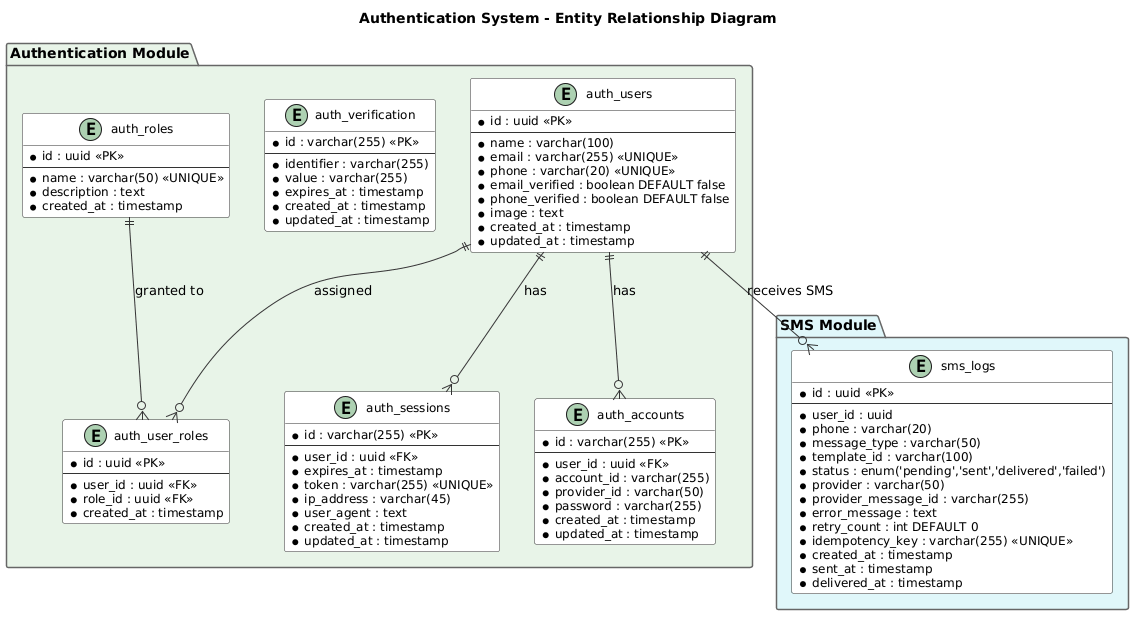
Earlier version of the PlantUML export modules/dist/auth/images/erd/erd-diagram.png (namnh240795/document).
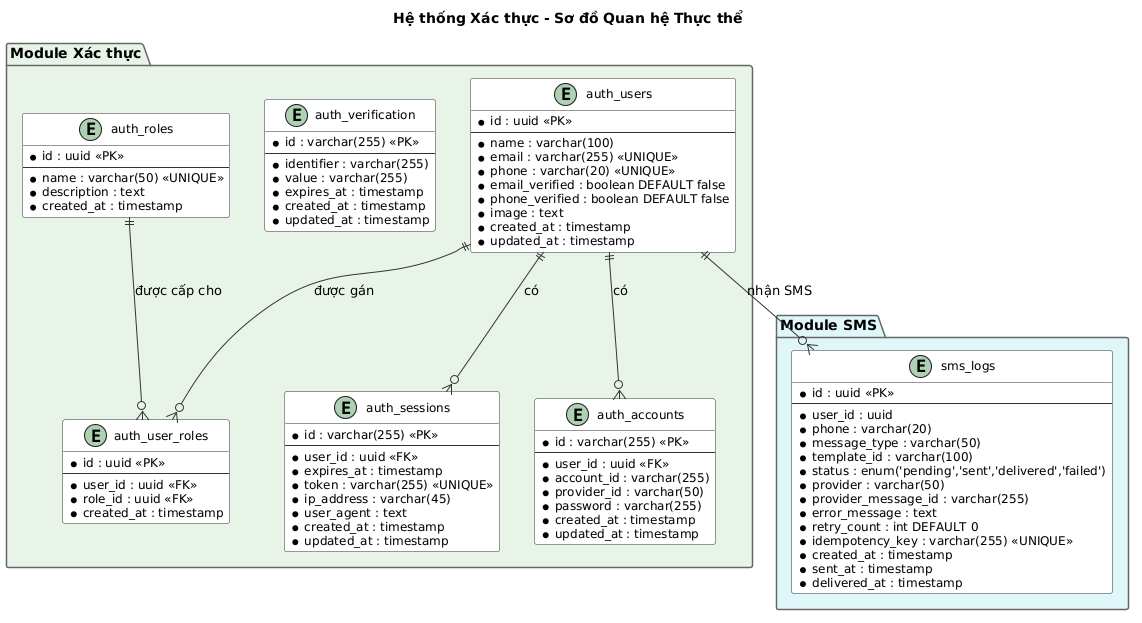
The same diagram one commit later.

Change to the diagram source:
```diff
@@ -11,9 +11,9 @@
   BorderColor #666666
 }
 
-title Authentication System - Entity Relationship Diagram
+title Hệ thống Xác thực - Sơ đồ Quan hệ Thực thể
 
-package "Authentication Module" #E8F4E8 {
+package "Module Xác thực" #E8F4E8 {
   entity "auth_users" as users {
     * id : uuid <<PK>>
     --
@@ -77,7 +77,7 @@
   }
 }
 
-package "SMS Module" #E0F7FA {
+package "Module SMS" #E0F7FA {
   entity "sms_logs" as sms_logs {
     * id : uuid <<PK>>
     --
@@ -98,11 +98,11 @@
 }
 
 
-users ||--o{ sessions : "has"
-users ||--o{ accounts : "has"
-users ||--o{ user_roles : "assigned"
-roles ||--o{ user_roles : "granted to"
+users ||--o{ sessions : "có"
+users ||--o{ accounts : "có"
+users ||--o{ user_roles : "được gán"
+roles ||--o{ user_roles : "được cấp cho"
 
-users ||--o{ sms_logs : "receives SMS"
+users ||--o{ sms_logs : "nhận SMS"
 
 @enduml
```
